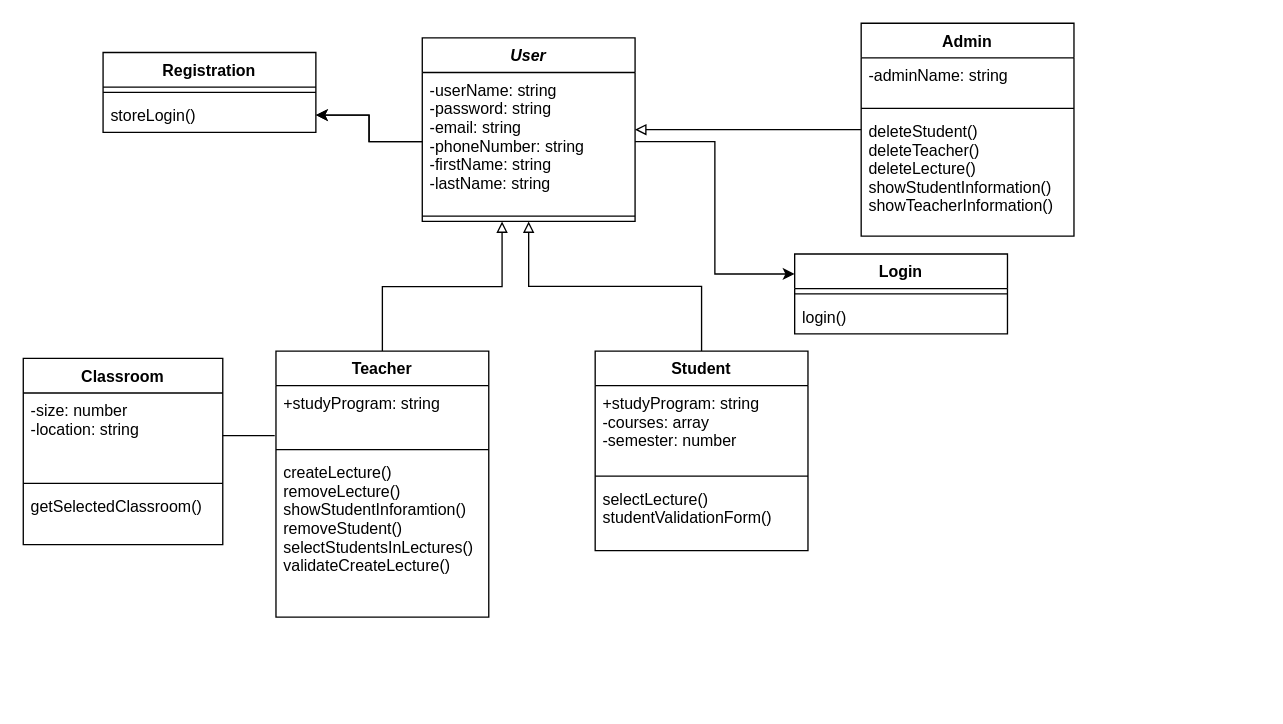
Above: StudentTeach.drawio in Niklas107/Gruppeprojekt-1 (draw.io), before the change. Source tidied: cells renumbered, new cells numbered last; positions are measured from the earlier drawing's top-left corner, leaving out a move shared by most shapes. Both pictures are drawn from the tidied source at 133%, with x=0, y=0 at pixel (23, 23).
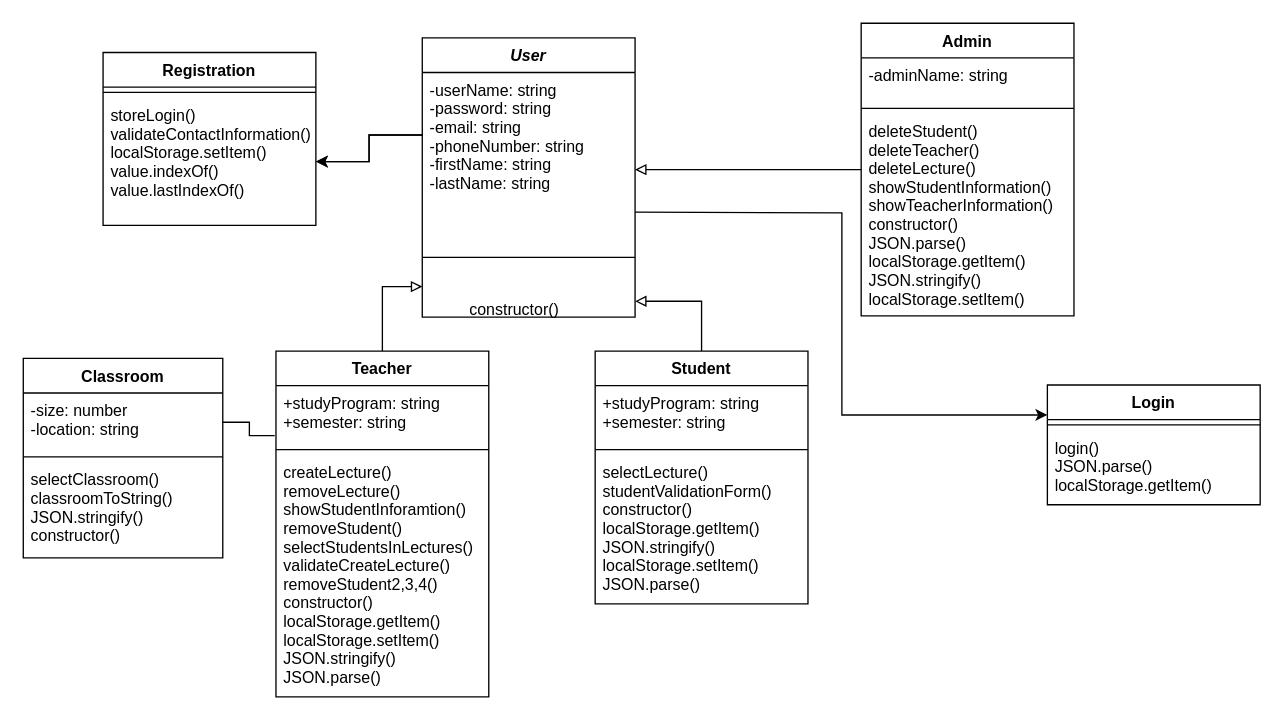
After the change.

Diff of the diagram source:
```diff
@@
     <mxCell id="2" style="edgeStyle=orthogonalEdgeStyle;rounded=0;jettySize=auto;html=1;startArrow=block;startFill=0;endArrow=none;endFill=0;" parent="1" edge="1" source="5" target="16">
-      <mxGeometry relative="1" as="geometry" />
+      <mxGeometry relative="1" as="geometry">
+        <Array as="points">
+          <mxPoint x="380" y="209" />
+          <mxPoint x="510" y="209" />
+        </Array>
+      </mxGeometry>
     </mxCell>
@@
-    <mxCell id="4" style="edgeStyle=orthogonalEdgeStyle;rounded=0;jettySize=auto;html=1;startArrow=block;startFill=0;endArrow=none;endFill=0;" parent="1" edge="1" source="5" target="8">
+    <mxCell id="4" style="edgeStyle=orthogonalEdgeStyle;rounded=0;jettySize=auto;html=1;startArrow=block;startFill=0;endArrow=none;endFill=0;exitX=1;exitY=0.777;exitDx=0;exitDy=0;exitPerimeter=0;" parent="1" edge="1" source="6" target="8">
       <mxGeometry relative="1" as="geometry" />
     </mxCell>
     <mxCell id="5" value="User" style="swimlane;fontStyle=3;align=center;verticalAlign=top;horizontal=1;startSize=26;" parent="1" vertex="1">
-      <mxGeometry x="300" y="11" width="160" height="138" as="geometry" />
+      <mxGeometry x="300" y="11" width="160" height="210" as="geometry" />
     </mxCell>
     <mxCell id="6" value="-userName: string&#10;-password: string&#10;-email: string&#10;-phoneNumber: string&#10;-firstName: string&#10;-lastName: string&#10;" style="text;strokeColor=none;fillColor=none;align=left;verticalAlign=top;spacingLeft=4;spacingRight=4;overflow=hidden;points=[[0,0.5],[1,0.5]];portConstraint=eastwest;" parent="5" vertex="1">
-      <mxGeometry y="26" width="160" height="104" as="geometry" />
+      <mxGeometry y="26" width="160" height="94" as="geometry" />
     </mxCell>
     <mxCell id="7" style="line;strokeWidth=1;fillColor=none;align=left;verticalAlign=middle;spacingTop=-1;spacingLeft=3;spacingRight=3;labelPosition=right;" parent="5" vertex="1">
-      <mxGeometry y="130" width="160" height="8" as="geometry" />
+      <mxGeometry y="120" width="160" height="90" as="geometry" />
     </mxCell>
     <mxCell id="8" value="Admin" style="swimlane;fontStyle=1;align=center;verticalAlign=top;horizontal=1;startSize=26;" parent="1" vertex="1">
-      <mxGeometry x="630" width="160" height="160" as="geometry" />
+      <mxGeometry x="630" width="160" height="220" as="geometry" />
     </mxCell>
@@
-    <mxCell id="11" value="deleteStudent()&#10;deleteTeacher()&#10;deleteLecture()&#10;showStudentInformation()&#10;showTeacherInformation()&#10;&#10;" style="text;strokeColor=none;fillColor=none;align=left;verticalAlign=top;spacingLeft=4;spacingRight=4;overflow=hidden;" parent="8" vertex="1">
-      <mxGeometry y="68" width="160" height="92" as="geometry" />
+    <mxCell id="11" value="deleteStudent()&#10;deleteTeacher()&#10;deleteLecture()&#10;showStudentInformation()&#10;showTeacherInformation()&#10;constructor()&#10;JSON.parse()&#10;localStorage.getItem()&#10;JSON.stringify()&#10;localStorage.setItem()&#10;&#10;" style="text;strokeColor=none;fillColor=none;align=left;verticalAlign=top;spacingLeft=4;spacingRight=4;overflow=hidden;" parent="8" vertex="1">
+      <mxGeometry y="68" width="160" height="152" as="geometry" />
     </mxCell>
     <mxCell id="12" value="Teacher" style="swimlane;fontStyle=1;align=center;verticalAlign=top;horizontal=1;startSize=26;" parent="1" vertex="1">
-      <mxGeometry x="190" y="246.5" width="160" height="200" as="geometry" />
+      <mxGeometry x="190" y="246.5" width="160" height="260" as="geometry" />
     </mxCell>
-    <mxCell id="13" value="+studyProgram: string&#10;" style="text;strokeColor=none;fillColor=none;align=left;verticalAlign=top;spacingLeft=4;spacingRight=4;overflow=hidden;points=[[0,0.5],[1,0.5]];portConstraint=eastwest;" parent="12" vertex="1">
+    <mxCell id="13" value="+studyProgram: string&#10;+semester: string" style="text;strokeColor=none;fillColor=none;align=left;verticalAlign=top;spacingLeft=4;spacingRight=4;overflow=hidden;points=[[0,0.5],[1,0.5]];portConstraint=eastwest;" parent="12" vertex="1">
       <mxGeometry y="26" width="160" height="44" as="geometry" />
     </mxCell>
@@
-    <mxCell id="15" value="createLecture()&#10;removeLecture()&#10;showStudentInforamtion()&#10;removeStudent()&#10;selectStudentsInLectures()&#10;validateCreateLecture()" style="text;strokeColor=none;fillColor=none;align=left;verticalAlign=top;spacingLeft=4;spacingRight=4;overflow=hidden;" parent="12" vertex="1">
-      <mxGeometry y="78" width="160" height="122" as="geometry" />
+    <mxCell id="15" value="createLecture()&#10;removeLecture()&#10;showStudentInforamtion()&#10;removeStudent()&#10;selectStudentsInLectures()&#10;validateCreateLecture()&#10;removeStudent2,3,4()&#10;constructor()&#10;localStorage.getItem()&#10;localStorage.setItem()&#10;JSON.stringify()&#10;JSON.parse()&#10;" style="text;strokeColor=none;fillColor=none;align=left;verticalAlign=top;spacingLeft=4;spacingRight=4;overflow=hidden;" parent="12" vertex="1">
+      <mxGeometry y="78" width="160" height="182" as="geometry" />
     </mxCell>
     <mxCell id="16" value="Student" style="swimlane;fontStyle=1;align=center;verticalAlign=top;horizontal=1;startSize=26;" parent="1" vertex="1">
-      <mxGeometry x="430" y="246.5" width="160" height="150" as="geometry" />
+      <mxGeometry x="430" y="246.5" width="160" height="190" as="geometry" />
     </mxCell>
-    <mxCell id="17" value="+studyProgram: string&#10;-courses: array&#10;-semester: number" style="text;strokeColor=none;fillColor=none;align=left;verticalAlign=top;spacingLeft=4;spacingRight=4;overflow=hidden;" parent="16" vertex="1">
-      <mxGeometry y="26" width="160" height="64" as="geometry" />
+    <mxCell id="17" value="+studyProgram: string&#10;+semester: string" style="text;strokeColor=none;fillColor=none;align=left;verticalAlign=top;spacingLeft=4;spacingRight=4;overflow=hidden;" parent="16" vertex="1">
+      <mxGeometry y="26" width="160" height="44" as="geometry" />
     </mxCell>
     <mxCell id="18" style="line;strokeWidth=1;fillColor=none;align=left;verticalAlign=middle;spacingTop=-1;spacingLeft=3;spacingRight=3;labelPosition=right;" parent="16" vertex="1">
-      <mxGeometry y="90" width="160" height="8" as="geometry" />
+      <mxGeometry y="70" width="160" height="8" as="geometry" />
     </mxCell>
-    <mxCell id="19" value="selectLecture()&#10;studentValidationForm()" style="text;strokeColor=none;fillColor=none;align=left;verticalAlign=top;spacingLeft=4;spacingRight=4;overflow=hidden;" parent="16" vertex="1">
-      <mxGeometry y="98" width="160" height="52" as="geometry" />
+    <mxCell id="19" value="selectLecture()&#10;studentValidationForm()&#10;constructor()&#10;localStorage.getItem()&#10;JSON.stringify()&#10;localStorage.setItem()&#10;JSON.parse()" style="text;strokeColor=none;fillColor=none;align=left;verticalAlign=top;spacingLeft=4;spacingRight=4;overflow=hidden;" parent="16" vertex="1">
+      <mxGeometry y="78" width="160" height="112" as="geometry" />
     </mxCell>
     <mxCell id="20" value="Classroom" style="swimlane;fontStyle=1;align=center;verticalAlign=top;horizontal=1;startSize=26;" parent="1" vertex="1">
-      <mxGeometry y="252" width="150" height="140" as="geometry" />
+      <mxGeometry y="252" width="150" height="150" as="geometry" />
     </mxCell>
     <mxCell id="21" value="-size: number&#10;-location: string" style="text;strokeColor=none;fillColor=none;align=left;verticalAlign=top;spacingLeft=4;spacingRight=4;overflow=hidden;points=[[0,0.5],[1,0.5]];portConstraint=eastwest;" parent="20" vertex="1">
-      <mxGeometry y="26" width="150" height="64" as="geometry" />
+      <mxGeometry y="26" width="150" height="44" as="geometry" />
     </mxCell>
     <mxCell id="22" style="line;strokeWidth=1;fillColor=none;align=left;verticalAlign=middle;spacingTop=-1;spacingLeft=3;spacingRight=3;labelPosition=right;" parent="20" vertex="1">
-      <mxGeometry y="90" width="150" height="8" as="geometry" />
+      <mxGeometry y="70" width="150" height="8" as="geometry" />
     </mxCell>
-    <mxCell id="23" value="getSelectedClassroom()" style="text;strokeColor=none;fillColor=none;align=left;verticalAlign=top;spacingLeft=4;spacingRight=4;overflow=hidden;" parent="20" vertex="1">
-      <mxGeometry y="98" width="150" height="42" as="geometry" />
+    <mxCell id="23" value="selectClassroom()&#10;classroomToString()&#10;JSON.stringify()&#10;constructor()" style="text;strokeColor=none;fillColor=none;align=left;verticalAlign=top;spacingLeft=4;spacingRight=4;overflow=hidden;" parent="20" vertex="1">
+      <mxGeometry y="78" width="150" height="72" as="geometry" />
     </mxCell>
     <mxCell id="24" value="Login" style="swimlane;fontStyle=1;align=center;verticalAlign=top;horizontal=1;startSize=26;" parent="1" vertex="1">
-      <mxGeometry x="580" y="173.5" width="160" height="60" as="geometry" />
+      <mxGeometry x="770" y="272" width="160" height="90" as="geometry" />
     </mxCell>
@@
-    <mxCell id="26" value="login()" style="text;strokeColor=none;fillColor=none;align=left;verticalAlign=top;spacingLeft=4;spacingRight=4;overflow=hidden;" parent="24" vertex="1">
-      <mxGeometry y="34" width="160" height="26" as="geometry" />
+    <mxCell id="26" value="login()&#10;JSON.parse()&#10;localStorage.getItem()&#10;" style="text;strokeColor=none;fillColor=none;align=left;verticalAlign=top;spacingLeft=4;spacingRight=4;overflow=hidden;" parent="24" vertex="1">
+      <mxGeometry y="34" width="160" height="56" as="geometry" />
     </mxCell>
     <mxCell id="27" value="Registration" style="swimlane;fontStyle=1;align=center;verticalAlign=top;horizontal=1;startSize=26;" parent="1" vertex="1">
-      <mxGeometry x="60" y="22" width="160" height="60" as="geometry" />
+      <mxGeometry x="60" y="22" width="160" height="130" as="geometry" />
     </mxCell>
@@
-    <mxCell id="29" value="storeLogin()" style="text;strokeColor=none;fillColor=none;align=left;verticalAlign=top;spacingLeft=4;spacingRight=4;overflow=hidden;points=[[0,0.5],[1,0.5]];portConstraint=eastwest;" parent="27" vertex="1">
-      <mxGeometry y="34" width="160" height="26" as="geometry" />
+    <mxCell id="29" value="storeLogin()&#10;validateContactInformation()&#10;localStorage.setItem()&#10;value.indexOf()&#10;value.lastIndexOf()" style="text;strokeColor=none;fillColor=none;align=left;verticalAlign=top;spacingLeft=4;spacingRight=4;overflow=hidden;points=[[0,0.5],[1,0.5]];portConstraint=eastwest;" parent="27" vertex="1">
+      <mxGeometry y="34" width="160" height="96" as="geometry" />
     </mxCell>
@@
-    <mxCell id="32" style="edgeStyle=orthogonalEdgeStyle;rounded=0;jettySize=auto;html=1;entryX=0;entryY=0.25;entryDx=0;entryDy=0;exitX=1;exitY=0.5;exitDx=0;exitDy=0;" parent="1" edge="1" source="6" target="24">
-      <mxGeometry relative="1" as="geometry" />
+    <mxCell id="32" style="edgeStyle=orthogonalEdgeStyle;rounded=0;jettySize=auto;html=1;entryX=0;entryY=0.25;entryDx=0;entryDy=0;" parent="1" edge="1" target="24">
+      <mxGeometry relative="1" as="geometry">
+        <mxPoint x="460" y="142" as="sourcePoint" />
+      </mxGeometry>
     </mxCell>
@@
+    <mxCell id="34" value="constructor()" style="text;html=1;align=center;verticalAlign=middle;" parent="1" vertex="1">
+      <mxGeometry x="329" y="206" width="80" height="20" as="geometry" />
+    </mxCell>
```
